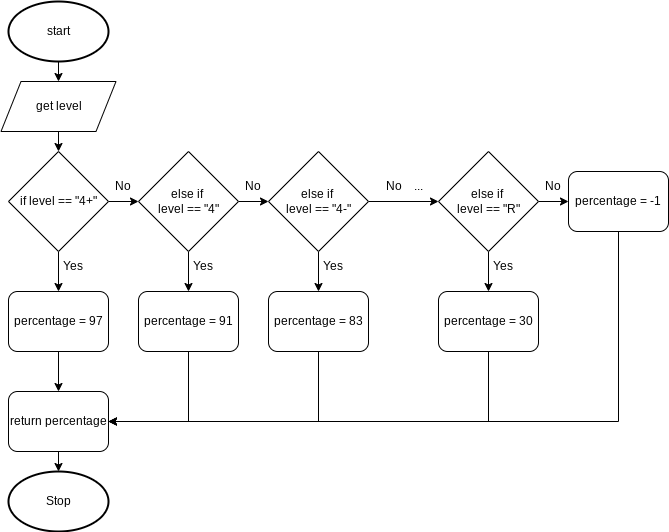
Above: drawio/flowchart.png in Aidan-Lalonde-Novales/ICS3U-Unit5-03-Python (draw.io), before the change. Source tidied: cells renumbered, new cells last; positions are measured from the earlier drawing's top-left corner, leaving out a move shared by most shapes.
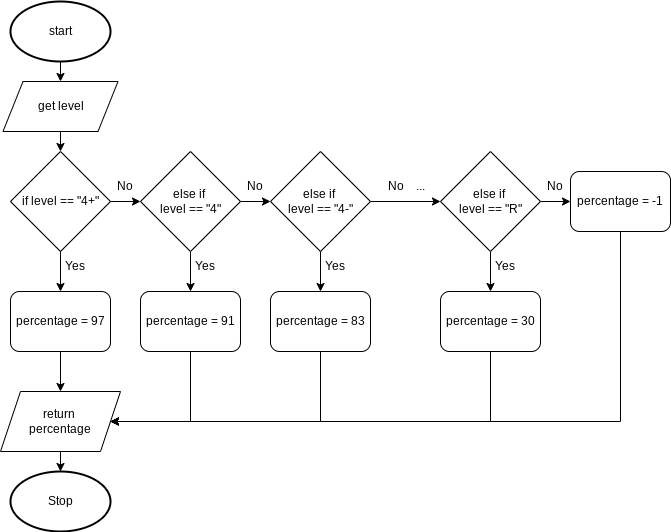
Above is the later version.

What changed in the source:
```diff
@@ -47,14 +47,17 @@
     <mxCell id="16" value="No" style="text;html=1;strokeColor=none;fillColor=none;align=center;verticalAlign=middle;whiteSpace=wrap;rounded=0;" parent="1" vertex="1">
       <mxGeometry x="238" y="170" width="30" height="30" as="geometry" />
     </mxCell>
-    <mxCell id="17" style="edgeStyle=none;html=1;exitX=0.5;exitY=1;exitDx=0;exitDy=0;entryX=0.5;entryY=0;entryDx=0;entryDy=0;" parent="1" edge="1" source="18" target="33">
-      <mxGeometry relative="1" as="geometry" />
+    <mxCell id="17" style="edgeStyle=none;html=1;exitX=0.5;exitY=1;exitDx=0;exitDy=0;entryX=0.5;entryY=0;entryDx=0;entryDy=0;" parent="1" edge="1" source="18">
+      <mxGeometry relative="1" as="geometry">
+        <mxPoint x="58" y="390" as="targetPoint" />
+      </mxGeometry>
     </mxCell>
     <mxCell id="18" value="percentage = 97" style="rounded=1;whiteSpace=wrap;html=1;" parent="1" vertex="1">
       <mxGeometry x="8" y="290" width="100" height="60" as="geometry" />
     </mxCell>
-    <mxCell id="19" style="edgeStyle=none;html=1;exitX=0.5;exitY=1;exitDx=0;exitDy=0;entryX=1;entryY=0.5;entryDx=0;entryDy=0;rounded=0;" parent="1" edge="1" source="20" target="33">
+    <mxCell id="19" style="edgeStyle=none;html=1;exitX=0.5;exitY=1;exitDx=0;exitDy=0;entryX=1;entryY=0.5;entryDx=0;entryDy=0;rounded=0;" parent="1" edge="1" source="20">
       <mxGeometry relative="1" as="geometry">
+        <mxPoint x="108" y="420" as="targetPoint" />
         <Array as="points">
           <mxPoint x="188" y="420" />
         </Array>
@@ -69,14 +72,13 @@
     <mxCell id="22" value="Yes" style="text;html=1;strokeColor=none;fillColor=none;align=center;verticalAlign=middle;whiteSpace=wrap;rounded=0;" parent="1" vertex="1">
       <mxGeometry x="188" y="250" width="30" height="30" as="geometry" />
     </mxCell>
-    <mxCell id="23" style="edgeStyle=none;rounded=0;html=1;exitX=0.5;exitY=1;exitDx=0;exitDy=0;" parent="1" edge="1" source="24">
-      <mxGeometry relative="1" as="geometry">
-        <mxPoint x="98" y="420" as="targetPoint" />
-        <Array as="points">
-          <mxPoint x="318" y="420" />
-        </Array>
-      </mxGeometry>
-    </mxCell>
+    <mxCell id="39" style="edgeStyle=none;html=1;exitX=0.5;exitY=1;exitDx=0;exitDy=0;entryX=1;entryY=0.5;entryDx=0;entryDy=0;rounded=0;" parent="1" edge="1" source="24" target="33">
+      <mxGeometry relative="1" as="geometry">
+        <Array as="points">
+          <mxPoint x="318" y="420" />
+        </Array>
+      </mxGeometry>
+    </mxCell>
     <mxCell id="24" value="percentage = 83" style="rounded=1;whiteSpace=wrap;html=1;" parent="1" vertex="1">
       <mxGeometry x="268" y="290" width="100" height="60" as="geometry" />
     </mxCell>
@@ -92,8 +94,9 @@
     <mxCell id="28" value="else if &lt;br&gt;level == &quot;R&quot;" style="rhombus;whiteSpace=wrap;html=1;" parent="1" vertex="1">
       <mxGeometry x="438" y="150" width="100" height="100" as="geometry" />
     </mxCell>
-    <mxCell id="29" style="edgeStyle=none;rounded=0;html=1;exitX=0.5;exitY=1;exitDx=0;exitDy=0;entryX=1;entryY=0.5;entryDx=0;entryDy=0;" parent="1" edge="1" source="30" target="33">
+    <mxCell id="29" style="edgeStyle=none;rounded=0;html=1;exitX=0.5;exitY=1;exitDx=0;exitDy=0;entryX=1;entryY=0.5;entryDx=0;entryDy=0;" parent="1" edge="1" source="30">
       <mxGeometry relative="1" as="geometry">
+        <mxPoint x="108" y="420" as="targetPoint" />
         <Array as="points">
           <mxPoint x="488" y="420" />
         </Array>
@@ -105,17 +108,17 @@
     <mxCell id="31" value="Yes" style="text;html=1;strokeColor=none;fillColor=none;align=center;verticalAlign=middle;whiteSpace=wrap;rounded=0;" parent="1" vertex="1">
       <mxGeometry x="488" y="250" width="30" height="30" as="geometry" />
     </mxCell>
-    <mxCell id="32" style="edgeStyle=none;html=1;exitX=0.5;exitY=1;exitDx=0;exitDy=0;entryX=0.5;entryY=0;entryDx=0;entryDy=0;entryPerimeter=0;" parent="1" edge="1" source="33" target="4">
-      <mxGeometry relative="1" as="geometry" />
+    <mxCell id="32" style="edgeStyle=none;html=1;exitX=0.5;exitY=1;exitDx=0;exitDy=0;entryX=0.5;entryY=0;entryDx=0;entryDy=0;entryPerimeter=0;" parent="1" edge="1" target="4">
+      <mxGeometry relative="1" as="geometry">
+        <mxPoint x="58" y="450" as="sourcePoint" />
+      </mxGeometry>
     </mxCell>
-    <mxCell id="33" value="return percentage" style="rounded=1;whiteSpace=wrap;html=1;" parent="1" vertex="1">
-      <mxGeometry x="8" y="390" width="100" height="60" as="geometry" />
-    </mxCell>
     <mxCell id="34" value="No" style="text;html=1;strokeColor=none;fillColor=none;align=center;verticalAlign=middle;whiteSpace=wrap;rounded=0;" parent="1" vertex="1">
       <mxGeometry x="538" y="170" width="30" height="30" as="geometry" />
     </mxCell>
-    <mxCell id="35" style="edgeStyle=none;rounded=0;html=1;exitX=0.5;exitY=1;exitDx=0;exitDy=0;entryX=1;entryY=0.5;entryDx=0;entryDy=0;" parent="1" edge="1" source="36" target="33">
+    <mxCell id="35" style="edgeStyle=none;rounded=0;html=1;exitX=0.5;exitY=1;exitDx=0;exitDy=0;entryX=1;entryY=0.5;entryDx=0;entryDy=0;" parent="1" edge="1" source="36">
       <mxGeometry relative="1" as="geometry">
+        <mxPoint x="108" y="420" as="targetPoint" />
         <Array as="points">
           <mxPoint x="618" y="420" />
         </Array>
@@ -130,5 +133,8 @@
     <mxCell id="38" value="get level" style="shape=parallelogram;perimeter=parallelogramPerimeter;whiteSpace=wrap;html=1;fixedSize=1;" parent="1" vertex="1">
       <mxGeometry x="0.5" y="80" width="115" height="50" as="geometry" />
     </mxCell>
+    <mxCell id="33" value="return &lt;br&gt;percentage" style="shape=parallelogram;perimeter=parallelogramPerimeter;whiteSpace=wrap;html=1;fixedSize=1;" parent="1" vertex="1">
+      <mxGeometry x="-2" y="390" width="120" height="60" as="geometry" />
+    </mxCell>
   </root>
 </mxGraphModel>
```
